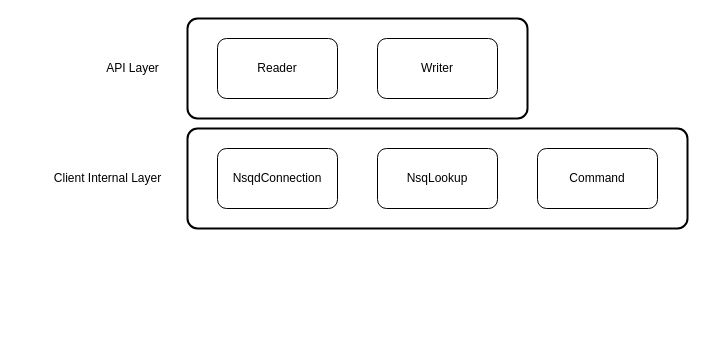
Above: nsq-client-design.drawio in abbshr/diagram (draw.io), before the change. Source tidied: cells renumbered, new cells numbered last; positions are measured from the earlier drawing's top-left corner, leaving out a move shared by most shapes. Both pictures are drawn from the tidied source at 100%, with x=0, y=0 at pixel (47, 18).
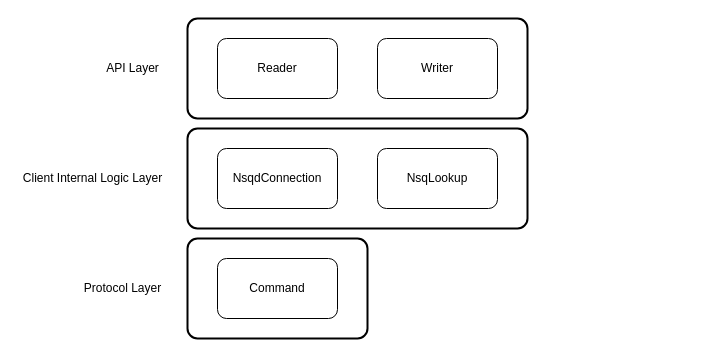
Above is the later version.

The edit, as a diff of the source:
```diff
@@
 <mxGraphModel>
   <root>
     <mxCell id="0" />
     <mxCell id="1" parent="0" />
     <mxCell id="2" style="rounded=1;arcSize=10;dashed=0;fillColor=none;gradientColor=none;strokeWidth=2;" parent="1" vertex="1">
-      <mxGeometry x="140" y="110" width="500" height="100" as="geometry" />
+      <mxGeometry x="140" y="110" width="340" height="100" as="geometry" />
     </mxCell>
     <mxCell id="3" style="rounded=1;arcSize=10;dashed=0;fillColor=none;gradientColor=none;strokeWidth=2;" parent="1" vertex="1">
       <mxGeometry x="140" width="340" height="100" as="geometry" />
     </mxCell>
     <mxCell id="4" value="Reader" style="rounded=1;whiteSpace=wrap;html=1;" parent="1" vertex="1">
       <mxGeometry x="170" y="20" width="120" height="60" as="geometry" />
     </mxCell>
     <mxCell id="5" value="Writer" style="rounded=1;whiteSpace=wrap;html=1;" parent="1" vertex="1">
       <mxGeometry x="330" y="20" width="120" height="60" as="geometry" />
     </mxCell>
     <mxCell id="6" value="NsqLookup" style="rounded=1;whiteSpace=wrap;html=1;" parent="1" vertex="1">
       <mxGeometry x="330" y="130" width="120" height="60" as="geometry" />
     </mxCell>
     <mxCell id="7" value="NsqdConnection" style="rounded=1;whiteSpace=wrap;html=1;" parent="1" vertex="1">
       <mxGeometry x="170" y="130" width="120" height="60" as="geometry" />
     </mxCell>
     <mxCell id="8" value="API Layer" style="text;html=1;align=center;verticalAlign=middle;" parent="1" vertex="1">
       <mxGeometry x="50" y="40" width="70" height="20" as="geometry" />
     </mxCell>
-    <mxCell id="9" value="Client Internal Layer" style="text;html=1;align=center;verticalAlign=middle;" parent="1" vertex="1">
-      <mxGeometry y="150" width="120" height="20" as="geometry" />
+    <mxCell id="9" value="Client Internal Logic Layer" style="text;html=1;align=center;verticalAlign=middle;" parent="1" vertex="1">
+      <mxGeometry x="-30" y="150" width="150" height="20" as="geometry" />
     </mxCell>
     <mxCell id="10" value="Command" style="rounded=1;whiteSpace=wrap;html=1;" parent="1" vertex="1">
-      <mxGeometry x="490" y="130" width="120" height="60" as="geometry" />
+      <mxGeometry x="170" y="240" width="120" height="60" as="geometry" />
     </mxCell>
+    <mxCell id="11" style="rounded=1;arcSize=10;dashed=0;fillColor=none;gradientColor=none;strokeWidth=2;" parent="1" vertex="1">
+      <mxGeometry x="140" y="220" width="180" height="100" as="geometry" />
+    </mxCell>
+    <mxCell id="12" value="Protocol Layer" style="text;html=1;align=center;verticalAlign=middle;" parent="1" vertex="1">
+      <mxGeometry x="30" y="260" width="90" height="20" as="geometry" />
+    </mxCell>
   </root>
 </mxGraphModel>
```
